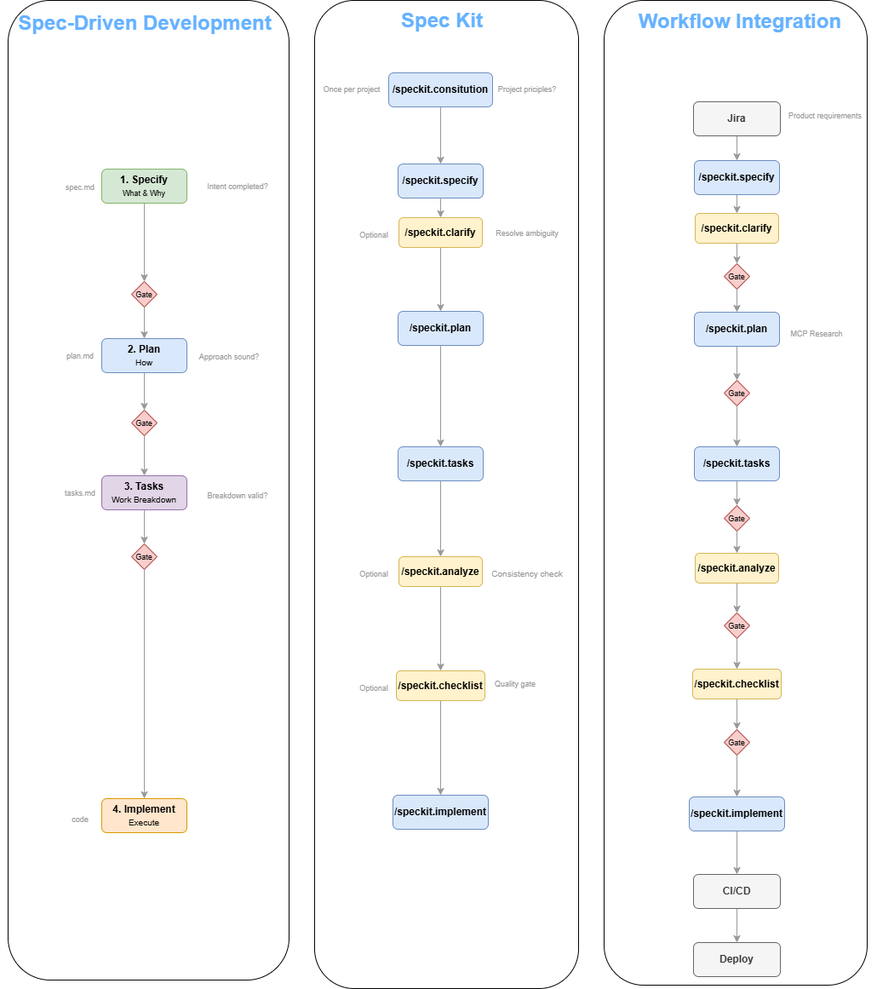
This is 02-architecture/07-spec-driven-development.png from huynm20051990/loan-origination-system, a draw.io export, as it was before one commit. Source tidied: cells renumbered, new cells last; positions are measured from the earlier drawing's top-left corner, leaving out a move shared by most shapes.
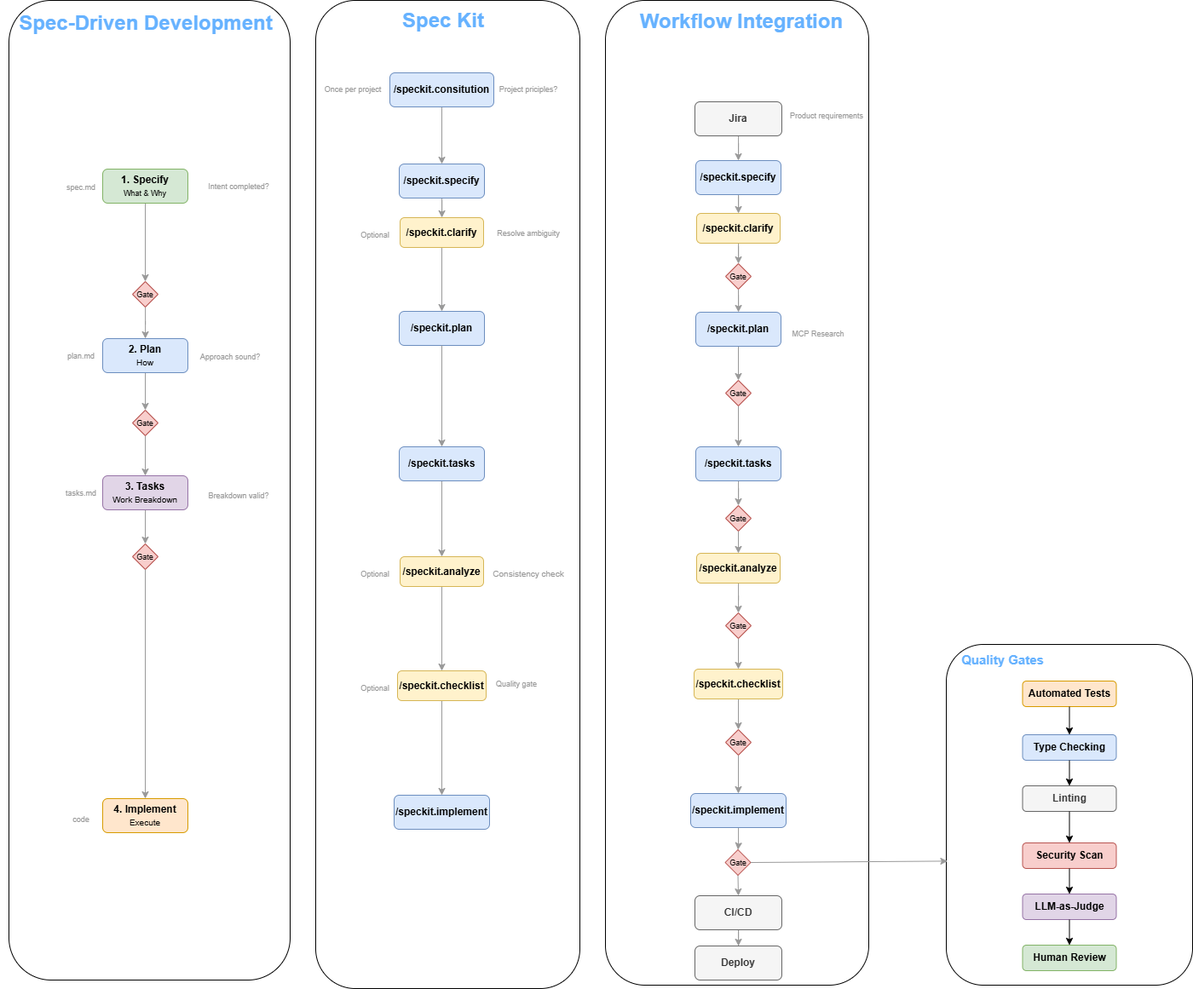
The same diagram one commit later.

What changed in the source:
```diff
@@ -173,11 +173,14 @@
     <mxCell id="58" style="edgeStyle=orthogonalEdgeStyle;rounded=0;jettySize=auto;html=1;strokeColor=#999999;exitX=0.5;exitY=1;exitDx=0;exitDy=0;entryX=0.5;entryY=0;entryDx=0;entryDy=0;" parent="1" edge="1" source="69" target="76">
       <mxGeometry relative="1" as="geometry" />
     </mxCell>
-    <mxCell id="59" style="edgeStyle=orthogonalEdgeStyle;rounded=0;jettySize=auto;html=1;entryX=0.5;entryY=0;entryDx=0;entryDy=0;strokeColor=#999999;" parent="1" edge="1" source="60" target="78">
+    <mxCell id="59" style="edgeStyle=orthogonalEdgeStyle;rounded=0;jettySize=auto;html=1;entryX=0.5;entryY=0;entryDx=0;entryDy=0;strokeColor=#999999;exitX=0.5;exitY=1;exitDx=0;exitDy=0;" parent="1" edge="1" source="83" target="78">
       <mxGeometry relative="1" as="geometry" />
     </mxCell>
+    <mxCell id="82" style="edgeStyle=orthogonalEdgeStyle;rounded=0;jettySize=auto;html=1;entryX=0.5;entryY=0;entryDx=0;entryDy=0;fontColor=#999999;strokeColor=#999999;" parent="1" edge="1" source="60" target="83">
+      <mxGeometry relative="1" as="geometry" />
+    </mxCell>
     <mxCell id="60" value="&lt;b&gt;/speckit.implement&lt;/b&gt;" style="rounded=1;whiteSpace=wrap;html=1;fillColor=#dae8fc;strokeColor=#6c8ebf;" parent="1" vertex="1">
-      <mxGeometry x="810" y="935" width="112" height="40" as="geometry" />
+      <mxGeometry x="810" y="931" width="112" height="40" as="geometry" />
     </mxCell>
     <mxCell id="61" style="edgeStyle=orthogonalEdgeStyle;rounded=0;jettySize=auto;html=1;entryX=0.5;entryY=0;entryDx=0;entryDy=0;fillColor=#f5f5f5;strokeColor=#999999;" parent="1" edge="1" source="62" target="50">
       <mxGeometry relative="1" as="geometry" />
@@ -231,10 +234,10 @@
       <mxGeometry relative="1" as="geometry" />
     </mxCell>
     <mxCell id="78" value="&lt;b&gt;CI/CD&lt;/b&gt;" style="rounded=1;whiteSpace=wrap;html=1;fillColor=#f5f5f5;strokeColor=#666666;fontColor=#333333;" parent="1" vertex="1">
-      <mxGeometry x="815" y="1026" width="102" height="40" as="geometry" />
+      <mxGeometry x="815" y="1051" width="102" height="40" as="geometry" />
     </mxCell>
     <mxCell id="79" value="&lt;b&gt;Deploy&lt;/b&gt;" style="rounded=1;whiteSpace=wrap;html=1;fillColor=#f5f5f5;strokeColor=#666666;fontColor=#333333;" parent="1" vertex="1">
-      <mxGeometry x="815" y="1106" width="102" height="40" as="geometry" />
+      <mxGeometry x="815" y="1110" width="102" height="40" as="geometry" />
     </mxCell>
     <mxCell id="80" value="&lt;font style=&quot;font-size: 24px;&quot;&gt;Workflow Integration&lt;/font&gt;" style="text;html=1;whiteSpace=wrap;strokeColor=none;fillColor=none;align=center;verticalAlign=middle;rounded=0;fontStyle=1;fontColor=#66B2FF;" parent="1" vertex="1">
       <mxGeometry x="740" y="10" width="260" height="30" as="geometry" />
@@ -242,5 +245,50 @@
     <mxCell id="81" value="&lt;font style=&quot;font-size: 9px;&quot;&gt;Project priciples?&lt;/font&gt;" style="text;html=1;whiteSpace=wrap;align=center;verticalAlign=middle;rounded=0;fontColor=#999999;" parent="1" vertex="1">
       <mxGeometry x="560" y="89" width="120" height="30" as="geometry" />
     </mxCell>
+    <mxCell id="83" value="&lt;font style=&quot;font-size: 9px;&quot;&gt;Gate&lt;/font&gt;" style="rhombus;whiteSpace=wrap;html=1;fillColor=#f8cecc;strokeColor=#b85450;" parent="1" vertex="1">
+      <mxGeometry x="850.5" y="997" width="30" height="30" as="geometry" />
+    </mxCell>
+    <mxCell id="84" style="rounded=1;whiteSpace=wrap;html=1;" parent="1" vertex="1">
+      <mxGeometry x="1110" y="756" width="289" height="400" as="geometry" />
+    </mxCell>
+    <mxCell id="85" value="&lt;b&gt;Automated Tests&lt;/b&gt;" style="rounded=1;whiteSpace=wrap;html=1;fillColor=#ffe6cc;strokeColor=#d79b00;" parent="1" vertex="1">
+      <mxGeometry x="1199.5" y="799" width="110" height="30" as="geometry" />
+    </mxCell>
+    <mxCell id="86" value="&lt;b&gt;Type Checking&lt;/b&gt;" style="rounded=1;whiteSpace=wrap;html=1;fillColor=#dae8fc;strokeColor=#6c8ebf;" parent="1" vertex="1">
+      <mxGeometry x="1199.5" y="862" width="110" height="30" as="geometry" />
+    </mxCell>
+    <mxCell id="87" value="&lt;b&gt;Linting&lt;/b&gt;" style="rounded=1;whiteSpace=wrap;html=1;fillColor=#f5f5f5;strokeColor=#666666;fontColor=#333333;" parent="1" vertex="1">
+      <mxGeometry x="1199.5" y="922" width="110" height="30" as="geometry" />
+    </mxCell>
+    <mxCell id="88" value="&lt;b&gt;Security Scan&lt;/b&gt;" style="rounded=1;whiteSpace=wrap;html=1;fillColor=#f8cecc;strokeColor=#b85450;" parent="1" vertex="1">
+      <mxGeometry x="1199.5" y="989" width="110" height="30" as="geometry" />
+    </mxCell>
+    <mxCell id="89" value="&lt;b&gt;LLM-as-Judge&lt;/b&gt;" style="rounded=1;whiteSpace=wrap;html=1;fillColor=#e1d5e7;strokeColor=#9673a6;" parent="1" vertex="1">
+      <mxGeometry x="1199.5" y="1049" width="110" height="30" as="geometry" />
+    </mxCell>
+    <mxCell id="90" value="&lt;b&gt;Human Review&lt;/b&gt;" style="rounded=1;whiteSpace=wrap;html=1;fillColor=#d5e8d4;strokeColor=#82b366;" parent="1" vertex="1">
+      <mxGeometry x="1199.5" y="1109" width="110" height="30" as="geometry" />
+    </mxCell>
+    <mxCell id="91" style="endArrow=classic;html=1;rounded=0;exitX=0.5;exitY=1;exitDx=0;exitDy=0;entryX=0.5;entryY=0;entryDx=0;entryDy=0;" parent="1" edge="1" source="85" target="86">
+      <mxGeometry relative="1" as="geometry" />
+    </mxCell>
+    <mxCell id="92" style="endArrow=classic;html=1;rounded=0;exitX=0.5;exitY=1;exitDx=0;exitDy=0;entryX=0.5;entryY=0;entryDx=0;entryDy=0;" parent="1" edge="1" source="86" target="87">
+      <mxGeometry relative="1" as="geometry" />
+    </mxCell>
+    <mxCell id="93" style="endArrow=classic;html=1;rounded=0;exitX=0.5;exitY=1;exitDx=0;exitDy=0;entryX=0.5;entryY=0;entryDx=0;entryDy=0;" parent="1" edge="1" source="87" target="88">
+      <mxGeometry relative="1" as="geometry" />
+    </mxCell>
+    <mxCell id="94" style="endArrow=classic;html=1;rounded=0;exitX=0.5;exitY=1;exitDx=0;exitDy=0;entryX=0.5;entryY=0;entryDx=0;entryDy=0;" parent="1" edge="1" source="88" target="89">
+      <mxGeometry relative="1" as="geometry" />
+    </mxCell>
+    <mxCell id="95" style="endArrow=classic;html=1;rounded=0;exitX=0.5;exitY=1;exitDx=0;exitDy=0;entryX=0.5;entryY=0;entryDx=0;entryDy=0;" parent="1" edge="1" source="89" target="90">
+      <mxGeometry relative="1" as="geometry" />
+    </mxCell>
+    <mxCell id="96" value="Quality Gates" style="text;html=1;whiteSpace=wrap;strokeColor=none;fillColor=none;align=center;verticalAlign=middle;rounded=0;fontStyle=1;fontColor=#66B2FF;fontSize=15;" parent="1" vertex="1">
+      <mxGeometry x="1110" y="759" width="132.5" height="30" as="geometry" />
+    </mxCell>
+    <mxCell id="97" style="endArrow=classic;html=1;rounded=0;exitX=1;exitY=0.5;exitDx=0;exitDy=0;entryX=0.005;entryY=0.636;entryDx=0;entryDy=0;entryPerimeter=0;strokeColor=#999999;" parent="1" edge="1" source="83" target="84">
+      <mxGeometry relative="1" as="geometry" />
+    </mxCell>
   </root>
 </mxGraphModel>
```
